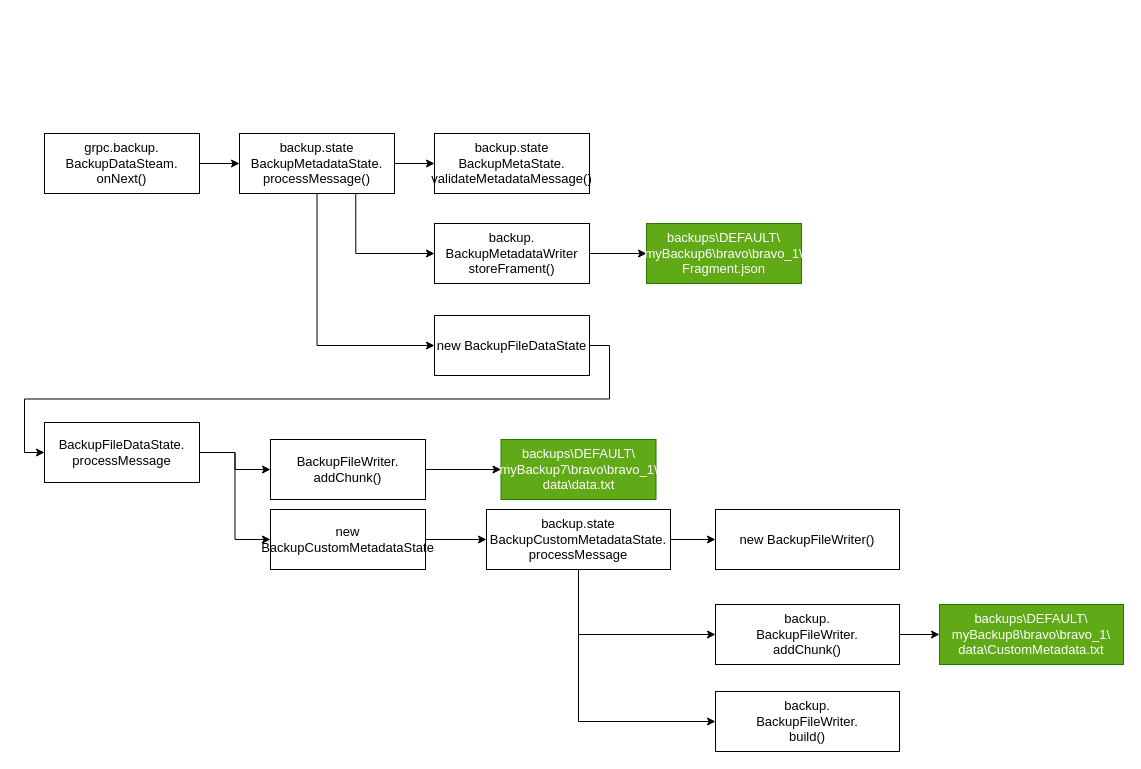
Above: page "create_backup_2" (3 of 4) of BRO-Post-Action.drawio in Albert-W/Draw_io (draw.io), before the change. Source tidied: cells renumbered, new cells numbered last; positions are measured from the earlier drawing's top-left corner, leaving out a move shared by most shapes. Both pictures are drawn from the tidied source at 100%, with x=0, y=0 at pixel (44, 133).
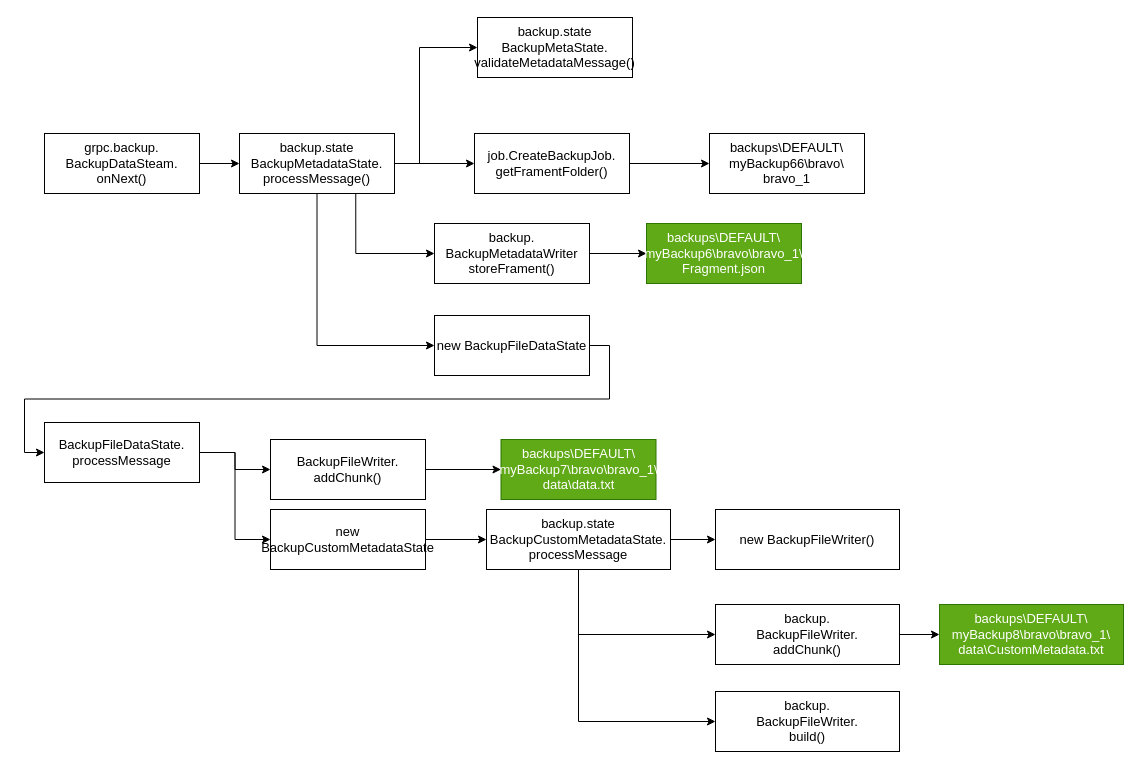
Above is the later version.

Unchanged cells that the change refers to:
```xml
<mxCell id="7" value="&lt;div style=&quot;font-size: 13px;&quot;&gt;backup.state&lt;br style=&quot;font-size: 13px;&quot;&gt;&lt;/div&gt;&lt;div style=&quot;font-size: 13px;&quot;&gt;BackupMetadataState.&lt;/div&gt;&lt;div style=&quot;font-size: 13px;&quot;&gt;processMessage()&lt;br style=&quot;font-size: 13px;&quot;&gt;&lt;/div&gt;" style="whiteSpace=wrap;html=1;align=center;newEdgeStyle={&quot;edgeStyle&quot;:&quot;elbowEdgeStyle&quot;,&quot;startArrow&quot;:&quot;none&quot;,&quot;endArrow&quot;:&quot;none&quot;};labelBackgroundColor=#;fontSize=13;" parent="1" vertex="1">
  <mxGeometry x="195" width="155" height="60" as="geometry" />
</mxCell>
```

The edit, as a diff of the source:
```diff
@@
     <mxCell id="4" style="edgeStyle=orthogonalEdgeStyle;rounded=0;jettySize=auto;html=1;exitX=1;exitY=0.5;exitDx=0;exitDy=0;endArrow=classic;endFill=1;fontSize=13;" parent="1" edge="1" source="7" target="8">
-      <mxGeometry relative="1" as="geometry" />
+      <mxGeometry relative="1" as="geometry">
+        <Array as="points">
+          <mxPoint x="375" y="30" />
+          <mxPoint x="375" y="-86" />
+        </Array>
+      </mxGeometry>
     </mxCell>
@@
+    <mxCell id="31" style="edgeStyle=orthogonalEdgeStyle;rounded=0;jettySize=auto;html=1;fontSize=13;fontColor=#000000;" parent="1" edge="1" source="7" target="33">
+      <mxGeometry relative="1" as="geometry" />
+    </mxCell>
@@
     <mxCell id="8" value="&lt;div style=&quot;font-size: 13px;&quot;&gt;backup.state&lt;/div&gt;&lt;div style=&quot;font-size: 13px;&quot;&gt;BackupMetaState.&lt;/div&gt;&lt;div style=&quot;font-size: 13px;&quot;&gt;validateMetadataMessage()&lt;br style=&quot;font-size: 13px;&quot;&gt;&lt;/div&gt;" style="whiteSpace=wrap;html=1;align=center;newEdgeStyle={&quot;edgeStyle&quot;:&quot;elbowEdgeStyle&quot;,&quot;startArrow&quot;:&quot;none&quot;,&quot;endArrow&quot;:&quot;none&quot;};labelBackgroundColor=#;fontSize=13;" parent="1" vertex="1">
-      <mxGeometry x="390" width="155" height="60" as="geometry" />
+      <mxGeometry x="433" y="-116" width="155" height="60" as="geometry" />
     </mxCell>
@@
+    <mxCell id="32" style="edgeStyle=orthogonalEdgeStyle;rounded=0;jettySize=auto;html=1;fontSize=13;fontColor=#000000;" parent="1" edge="1" source="33" target="34">
+      <mxGeometry relative="1" as="geometry" />
+    </mxCell>
+    <mxCell id="33" value="&lt;div style=&quot;font-size: 13px&quot;&gt;job.CreateBackupJob.&lt;/div&gt;&lt;div style=&quot;font-size: 13px&quot;&gt;getFramentFolder()&lt;/div&gt;" style="whiteSpace=wrap;html=1;align=center;newEdgeStyle={&quot;edgeStyle&quot;:&quot;elbowEdgeStyle&quot;,&quot;startArrow&quot;:&quot;none&quot;,&quot;endArrow&quot;:&quot;none&quot;};labelBackgroundColor=#;fontSize=13;" parent="1" vertex="1">
+      <mxGeometry x="430" width="155" height="60" as="geometry" />
+    </mxCell>
+    <mxCell id="34" value="&lt;div style=&quot;font-size: 13px&quot;&gt;backups\DEFAULT\&lt;/div&gt;&lt;div style=&quot;font-size: 13px&quot;&gt;myBackup66\bravo\&lt;/div&gt;&lt;div style=&quot;font-size: 13px&quot;&gt;bravo_1&lt;/div&gt;" style="whiteSpace=wrap;html=1;align=center;newEdgeStyle={&quot;edgeStyle&quot;:&quot;elbowEdgeStyle&quot;,&quot;startArrow&quot;:&quot;none&quot;,&quot;endArrow&quot;:&quot;none&quot;};labelBackgroundColor=#;fontSize=13;" parent="1" vertex="1">
+      <mxGeometry x="665" width="155" height="60" as="geometry" />
+    </mxCell>
```
